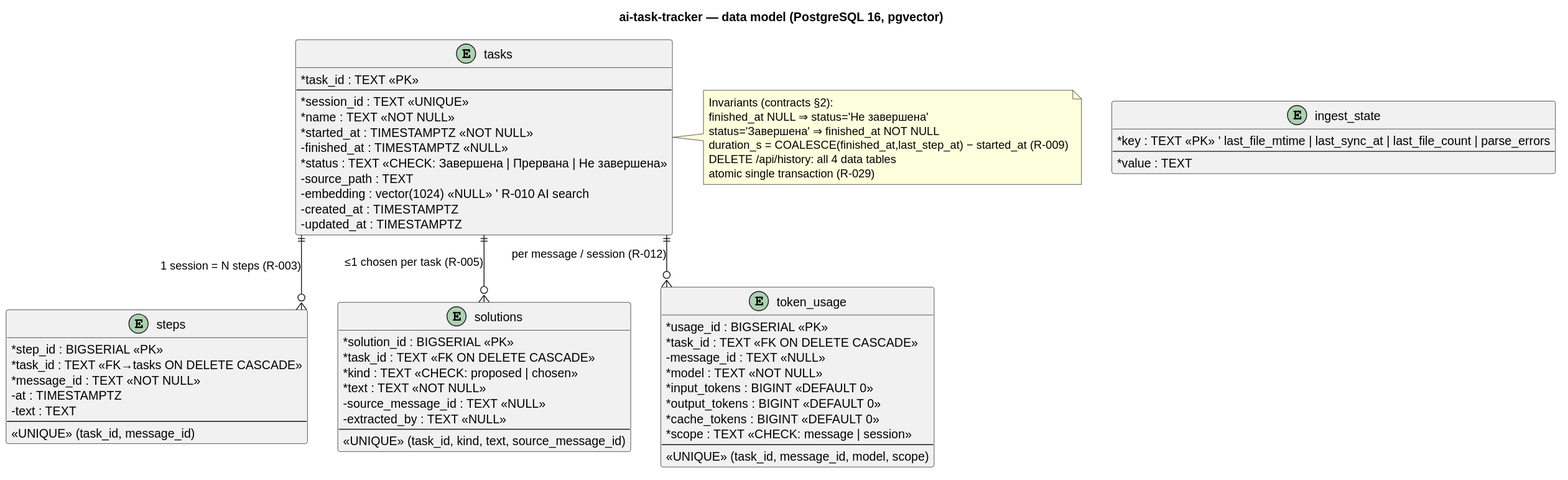
Earlier version of the PlantUML export docs/architecture/data-model-ai-task-tracker.svg (serge-sasov/ai-task-tracker).
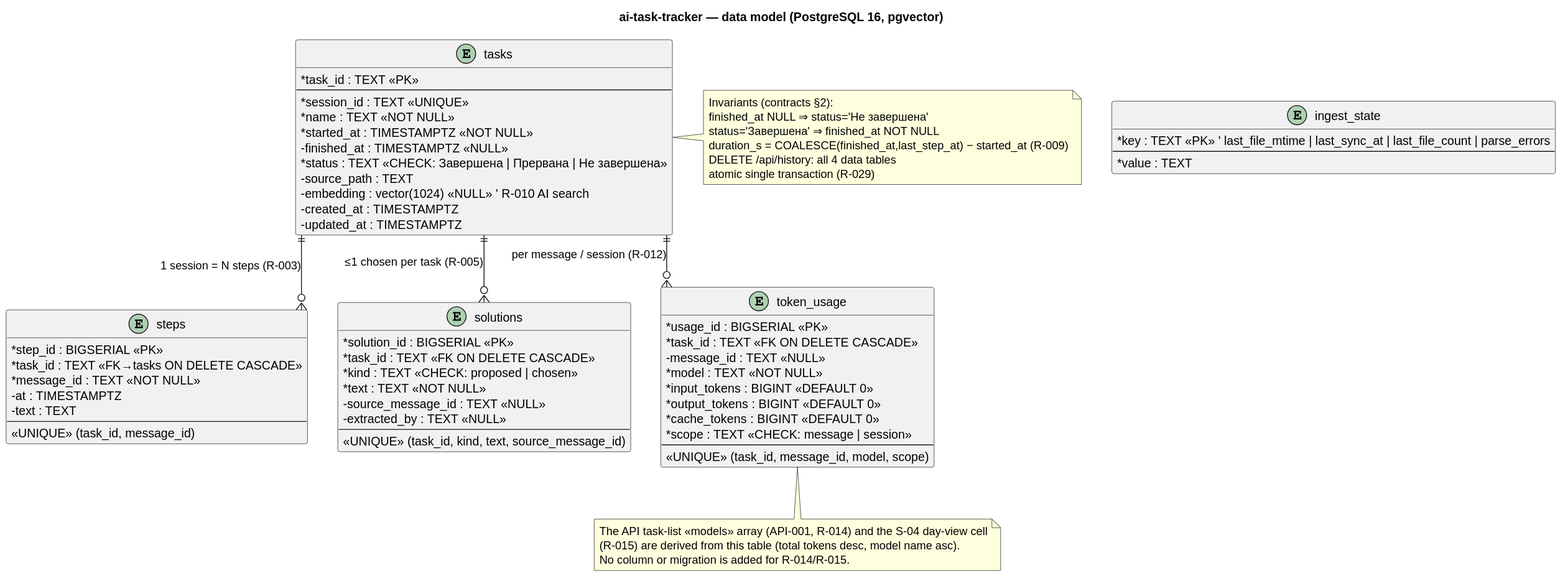
The same file after the commit.

The edit, as a diff of the source:
```diff
@@ -51,6 +51,12 @@
   <<UNIQUE>> (task_id, message_id, model, scope)
 }
 
+note bottom of tokens
+  The API task-list «models» array (API-001, R-014) and the S-04 day-view cell
+  (R-015) are derived from this table (total tokens desc, model name asc).
+  No column or migration is added for R-014/R-015.
+end note
+
 entity "ingest_state" as state {
   * key : TEXT <<PK>> ' last_file_mtime | last_sync_at | last_file_count | parse_errors
   --
```
